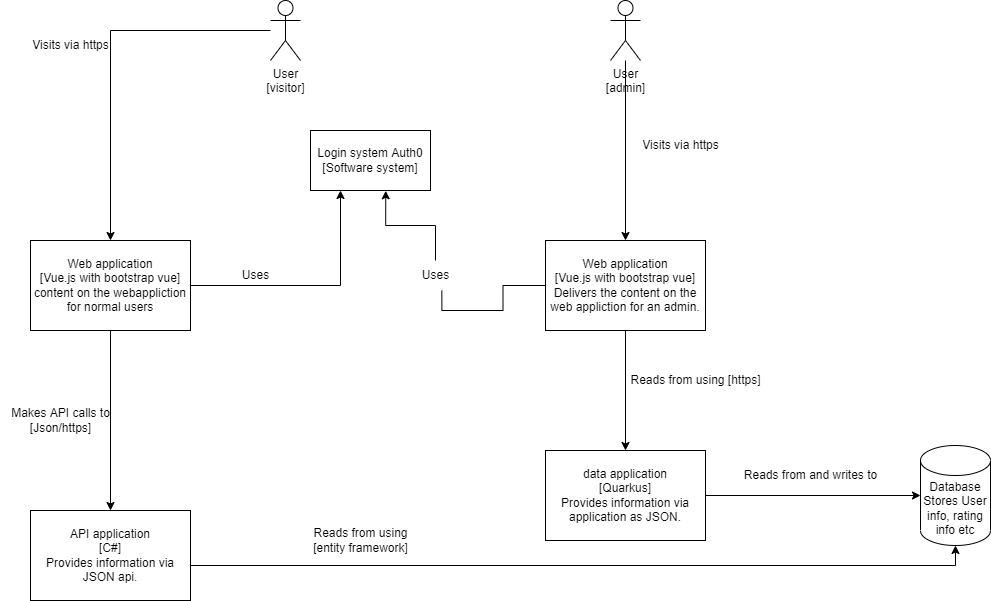
Above: IP/Learningoutcomes/Requirements and design/C4 Model Layer 2.png in JManders07/Portfolio-s3 (draw.io), before the change. Source tidied: cells renumbered, new cells last; positions are measured from the earlier drawing's top-left corner, leaving out a move shared by most shapes. The source it was exported from:
```xml
<mxGraphModel>
  <root>
    <mxCell id="0" />
    <mxCell id="1" parent="0" />
    <mxCell id="2" style="edgeStyle=orthogonalEdgeStyle;rounded=0;jettySize=auto;html=1;entryX=0.5;entryY=0;entryDx=0;entryDy=0;" parent="1" edge="1" source="3" target="7">
      <mxGeometry relative="1" as="geometry" />
    </mxCell>
    <mxCell id="3" value="User&lt;br&gt;[visitor]" style="shape=umlActor;verticalLabelPosition=bottom;verticalAlign=top;html=1;outlineConnect=0;" parent="1" vertex="1">
      <mxGeometry x="270" width="30" height="60" as="geometry" />
    </mxCell>
    <mxCell id="4" value="Login system Auth0&lt;br&gt;[Software system]" style="rounded=0;whiteSpace=wrap;html=1;" parent="1" vertex="1">
      <mxGeometry x="310" y="130" width="120" height="60" as="geometry" />
    </mxCell>
    <mxCell id="5" style="edgeStyle=orthogonalEdgeStyle;rounded=0;jettySize=auto;html=1;" parent="1" edge="1" source="7" target="12">
      <mxGeometry relative="1" as="geometry" />
    </mxCell>
    <mxCell id="6" style="edgeStyle=orthogonalEdgeStyle;rounded=0;jettySize=auto;html=1;entryX=0.25;entryY=1;entryDx=0;entryDy=0;" parent="1" edge="1" source="7" target="4">
      <mxGeometry relative="1" as="geometry" />
    </mxCell>
    <mxCell id="7" value="Web application&lt;br&gt;[Vue.js with bootstrap vue]&lt;br&gt;content on the webappliction for normal users" style="rounded=0;whiteSpace=wrap;html=1;" parent="1" vertex="1">
      <mxGeometry x="30" y="240" width="160" height="90" as="geometry" />
    </mxCell>
    <mxCell id="8" value="Visits via https" style="text;html=1;align=center;verticalAlign=middle;strokeColor=none;fillColor=none;" parent="1" vertex="1">
      <mxGeometry x="20" y="30" width="100" height="30" as="geometry" />
    </mxCell>
    <mxCell id="9" style="edgeStyle=orthogonalEdgeStyle;rounded=0;jettySize=auto;html=1;entryX=0.5;entryY=0;entryDx=0;entryDy=0;" parent="1" edge="1" source="10" target="15">
      <mxGeometry relative="1" as="geometry" />
    </mxCell>
    <mxCell id="10" value="User&lt;br&gt;[admin]" style="shape=umlActor;verticalLabelPosition=bottom;verticalAlign=top;html=1;outlineConnect=0;" parent="1" vertex="1">
      <mxGeometry x="610" width="30" height="60" as="geometry" />
    </mxCell>
    <mxCell id="11" style="edgeStyle=orthogonalEdgeStyle;rounded=0;jettySize=auto;html=1;entryX=0.5;entryY=1;entryDx=0;entryDy=0;entryPerimeter=0;" parent="1" edge="1" source="12" target="18">
      <mxGeometry relative="1" as="geometry">
        <Array as="points">
          <mxPoint x="955" y="565" />
        </Array>
      </mxGeometry>
    </mxCell>
    <mxCell id="12" value="API application&lt;br&gt;[C#]&lt;br&gt;Provides information via JSON api." style="rounded=0;whiteSpace=wrap;html=1;" parent="1" vertex="1">
      <mxGeometry x="30" y="510" width="160" height="90" as="geometry" />
    </mxCell>
    <mxCell id="13" style="edgeStyle=orthogonalEdgeStyle;rounded=0;jettySize=auto;html=1;entryX=0.627;entryY=1.005;entryDx=0;entryDy=0;entryPerimeter=0;startArrow=none;" parent="1" edge="1" source="22" target="4">
      <mxGeometry relative="1" as="geometry" />
    </mxCell>
    <mxCell id="14" style="edgeStyle=orthogonalEdgeStyle;rounded=0;jettySize=auto;html=1;entryX=0.5;entryY=0;entryDx=0;entryDy=0;" parent="1" edge="1" source="15" target="17">
      <mxGeometry relative="1" as="geometry" />
    </mxCell>
    <mxCell id="15" value="Web application&lt;br&gt;[Vue.js with bootstrap vue]&lt;br&gt;Delivers the content on the web appliction for an admin." style="rounded=0;whiteSpace=wrap;html=1;" parent="1" vertex="1">
      <mxGeometry x="545" y="240" width="160" height="90" as="geometry" />
    </mxCell>
    <mxCell id="16" style="edgeStyle=orthogonalEdgeStyle;rounded=0;jettySize=auto;html=1;entryX=0;entryY=0.5;entryDx=0;entryDy=0;entryPerimeter=0;" parent="1" edge="1" source="17" target="18">
      <mxGeometry relative="1" as="geometry" />
    </mxCell>
    <mxCell id="17" value="data application&lt;br&gt;[Quarkus]&lt;br&gt;Provides information via application as JSON." style="rounded=0;whiteSpace=wrap;html=1;" parent="1" vertex="1">
      <mxGeometry x="545" y="450" width="160" height="90" as="geometry" />
    </mxCell>
    <mxCell id="18" value="Database&lt;br&gt;Stores User info, rating info etc" style="shape=cylinder3;whiteSpace=wrap;html=1;boundedLbl=1;backgroundOutline=1;size=15;" parent="1" vertex="1">
      <mxGeometry x="920" y="445" width="70" height="100" as="geometry" />
    </mxCell>
    <mxCell id="19" value="Reads from and writes to" style="text;html=1;align=center;verticalAlign=middle;strokeColor=none;fillColor=none;" parent="1" vertex="1">
      <mxGeometry x="730" y="460" width="160" height="30" as="geometry" />
    </mxCell>
    <mxCell id="20" value="Makes API calls to&lt;br&gt;[Json/https]" style="text;html=1;align=center;verticalAlign=middle;strokeColor=none;fillColor=none;" parent="1" vertex="1">
      <mxGeometry y="400" width="120" height="40" as="geometry" />
    </mxCell>
    <mxCell id="21" value="Uses&lt;br&gt;" style="text;html=1;align=center;verticalAlign=middle;strokeColor=none;fillColor=none;" parent="1" vertex="1">
      <mxGeometry x="230" y="260" width="50" height="30" as="geometry" />
    </mxCell>
    <mxCell id="22" value="Uses" style="text;html=1;align=center;verticalAlign=middle;points=[];strokeColor=none;fillColor=none;" parent="1" vertex="1">
      <mxGeometry x="410" y="260" width="50" height="30" as="geometry" />
    </mxCell>
    <mxCell id="23" style="edgeStyle=orthogonalEdgeStyle;rounded=0;jettySize=auto;html=1;entryX=0.627;entryY=1.005;entryDx=0;entryDy=0;entryPerimeter=0;endArrow=none;" parent="1" edge="1" source="15" target="22">
      <mxGeometry relative="1" as="geometry" />
    </mxCell>
    <mxCell id="24" value="Visits via https" style="text;html=1;align=center;verticalAlign=middle;strokeColor=none;fillColor=none;" parent="1" vertex="1">
      <mxGeometry x="630" y="130" width="100" height="30" as="geometry" />
    </mxCell>
    <mxCell id="25" value="Reads from using&lt;br&gt;[entity framework]" style="text;html=1;align=center;verticalAlign=middle;strokeColor=none;fillColor=none;" parent="1" vertex="1">
      <mxGeometry x="300" y="520" width="120" height="40" as="geometry" />
    </mxCell>
    <mxCell id="26" value="Reads from using [https]" style="text;html=1;align=center;verticalAlign=middle;strokeColor=none;fillColor=none;" parent="1" vertex="1">
      <mxGeometry x="620" y="365" width="150" height="30" as="geometry" />
    </mxCell>
  </root>
</mxGraphModel>
```
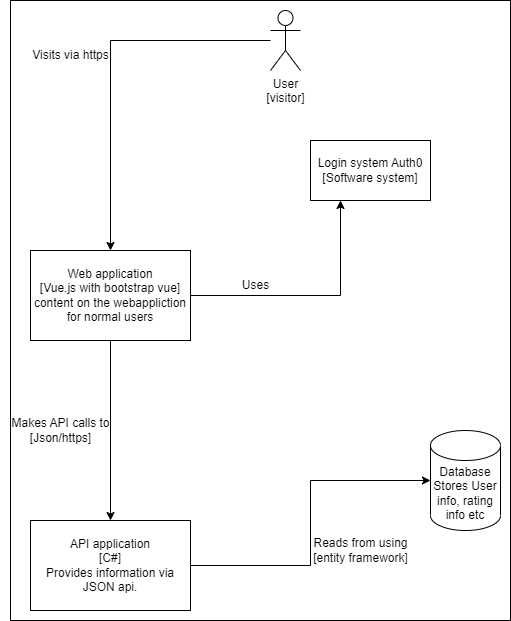
The same file after the commit.

Change to the diagram source:
```diff
@@ -2,6 +2,9 @@
   <root>
     <mxCell id="0" />
     <mxCell id="1" parent="0" />
+    <mxCell id="27" style="rounded=0;whiteSpace=wrap;html=1;" parent="1" vertex="1">
+      <mxGeometry x="10" y="-10" width="500" height="620" as="geometry" />
+    </mxCell>
     <mxCell id="2" style="edgeStyle=orthogonalEdgeStyle;rounded=0;jettySize=auto;html=1;entryX=0.5;entryY=0;entryDx=0;entryDy=0;" parent="1" edge="1" source="3" target="7">
       <mxGeometry relative="1" as="geometry" />
     </mxCell>
@@ -23,63 +26,23 @@
     <mxCell id="8" value="Visits via https" style="text;html=1;align=center;verticalAlign=middle;strokeColor=none;fillColor=none;" parent="1" vertex="1">
       <mxGeometry x="20" y="30" width="100" height="30" as="geometry" />
     </mxCell>
-    <mxCell id="9" style="edgeStyle=orthogonalEdgeStyle;rounded=0;jettySize=auto;html=1;entryX=0.5;entryY=0;entryDx=0;entryDy=0;" parent="1" edge="1" source="10" target="15">
-      <mxGeometry relative="1" as="geometry" />
-    </mxCell>
-    <mxCell id="10" value="User&lt;br&gt;[admin]" style="shape=umlActor;verticalLabelPosition=bottom;verticalAlign=top;html=1;outlineConnect=0;" parent="1" vertex="1">
-      <mxGeometry x="610" width="30" height="60" as="geometry" />
-    </mxCell>
-    <mxCell id="11" style="edgeStyle=orthogonalEdgeStyle;rounded=0;jettySize=auto;html=1;entryX=0.5;entryY=1;entryDx=0;entryDy=0;entryPerimeter=0;" parent="1" edge="1" source="12" target="18">
-      <mxGeometry relative="1" as="geometry">
-        <Array as="points">
-          <mxPoint x="955" y="565" />
-        </Array>
-      </mxGeometry>
+    <mxCell id="11" style="edgeStyle=orthogonalEdgeStyle;rounded=0;jettySize=auto;html=1;" parent="1" edge="1" source="12" target="18">
+      <mxGeometry relative="1" as="geometry" />
     </mxCell>
     <mxCell id="12" value="API application&lt;br&gt;[C#]&lt;br&gt;Provides information via JSON api." style="rounded=0;whiteSpace=wrap;html=1;" parent="1" vertex="1">
       <mxGeometry x="30" y="510" width="160" height="90" as="geometry" />
     </mxCell>
-    <mxCell id="13" style="edgeStyle=orthogonalEdgeStyle;rounded=0;jettySize=auto;html=1;entryX=0.627;entryY=1.005;entryDx=0;entryDy=0;entryPerimeter=0;startArrow=none;" parent="1" edge="1" source="22" target="4">
-      <mxGeometry relative="1" as="geometry" />
-    </mxCell>
-    <mxCell id="14" style="edgeStyle=orthogonalEdgeStyle;rounded=0;jettySize=auto;html=1;entryX=0.5;entryY=0;entryDx=0;entryDy=0;" parent="1" edge="1" source="15" target="17">
-      <mxGeometry relative="1" as="geometry" />
-    </mxCell>
-    <mxCell id="15" value="Web application&lt;br&gt;[Vue.js with bootstrap vue]&lt;br&gt;Delivers the content on the web appliction for an admin." style="rounded=0;whiteSpace=wrap;html=1;" parent="1" vertex="1">
-      <mxGeometry x="545" y="240" width="160" height="90" as="geometry" />
-    </mxCell>
-    <mxCell id="16" style="edgeStyle=orthogonalEdgeStyle;rounded=0;jettySize=auto;html=1;entryX=0;entryY=0.5;entryDx=0;entryDy=0;entryPerimeter=0;" parent="1" edge="1" source="17" target="18">
-      <mxGeometry relative="1" as="geometry" />
-    </mxCell>
-    <mxCell id="17" value="data application&lt;br&gt;[Quarkus]&lt;br&gt;Provides information via application as JSON." style="rounded=0;whiteSpace=wrap;html=1;" parent="1" vertex="1">
-      <mxGeometry x="545" y="450" width="160" height="90" as="geometry" />
-    </mxCell>
     <mxCell id="18" value="Database&lt;br&gt;Stores User info, rating info etc" style="shape=cylinder3;whiteSpace=wrap;html=1;boundedLbl=1;backgroundOutline=1;size=15;" parent="1" vertex="1">
-      <mxGeometry x="920" y="445" width="70" height="100" as="geometry" />
+      <mxGeometry x="430" y="420" width="70" height="100" as="geometry" />
     </mxCell>
-    <mxCell id="19" value="Reads from and writes to" style="text;html=1;align=center;verticalAlign=middle;strokeColor=none;fillColor=none;" parent="1" vertex="1">
-      <mxGeometry x="730" y="460" width="160" height="30" as="geometry" />
-    </mxCell>
     <mxCell id="20" value="Makes API calls to&lt;br&gt;[Json/https]" style="text;html=1;align=center;verticalAlign=middle;strokeColor=none;fillColor=none;" parent="1" vertex="1">
       <mxGeometry y="400" width="120" height="40" as="geometry" />
     </mxCell>
     <mxCell id="21" value="Uses&lt;br&gt;" style="text;html=1;align=center;verticalAlign=middle;strokeColor=none;fillColor=none;" parent="1" vertex="1">
       <mxGeometry x="230" y="260" width="50" height="30" as="geometry" />
     </mxCell>
-    <mxCell id="22" value="Uses" style="text;html=1;align=center;verticalAlign=middle;points=[];strokeColor=none;fillColor=none;" parent="1" vertex="1">
-      <mxGeometry x="410" y="260" width="50" height="30" as="geometry" />
-    </mxCell>
-    <mxCell id="23" style="edgeStyle=orthogonalEdgeStyle;rounded=0;jettySize=auto;html=1;entryX=0.627;entryY=1.005;entryDx=0;entryDy=0;entryPerimeter=0;endArrow=none;" parent="1" edge="1" source="15" target="22">
-      <mxGeometry relative="1" as="geometry" />
-    </mxCell>
-    <mxCell id="24" value="Visits via https" style="text;html=1;align=center;verticalAlign=middle;strokeColor=none;fillColor=none;" parent="1" vertex="1">
-      <mxGeometry x="630" y="130" width="100" height="30" as="geometry" />
-    </mxCell>
     <mxCell id="25" value="Reads from using&lt;br&gt;[entity framework]" style="text;html=1;align=center;verticalAlign=middle;strokeColor=none;fillColor=none;" parent="1" vertex="1">
       <mxGeometry x="300" y="520" width="120" height="40" as="geometry" />
     </mxCell>
-    <mxCell id="26" value="Reads from using [https]" style="text;html=1;align=center;verticalAlign=middle;strokeColor=none;fillColor=none;" parent="1" vertex="1">
-      <mxGeometry x="620" y="365" width="150" height="30" as="geometry" />
-    </mxCell>
   </root>
 </mxGraphModel>
```
